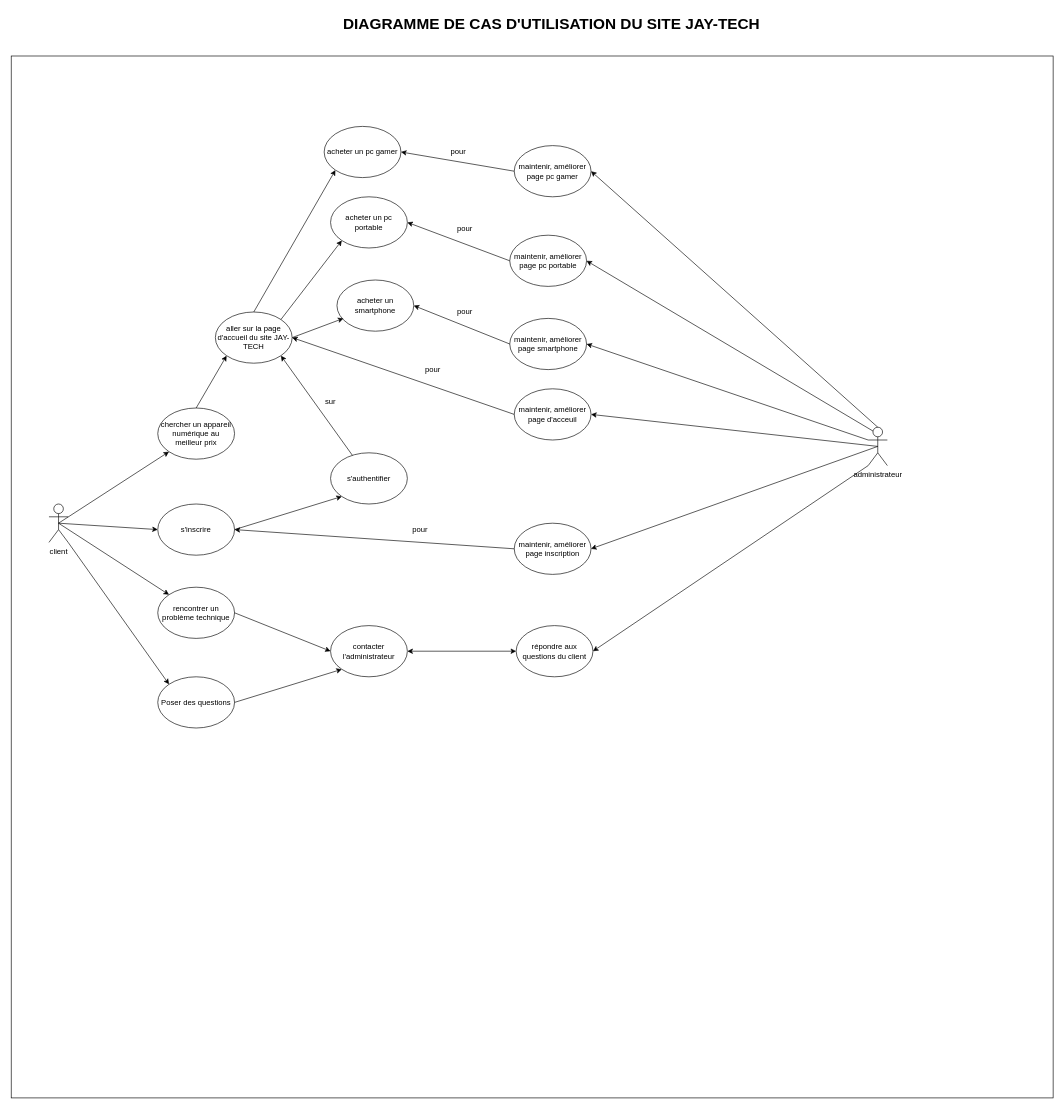
Before: Untitled Diagram.drawio in goroyo59/test, a draw.io diagram. Source tidied: cells renumbered, new cells numbered last; positions are measured from the earlier drawing's top-left corner, leaving out a move shared by most shapes. Both pictures are drawn from the tidied source at 64%, with x=0, y=0 at pixel (11, 11).
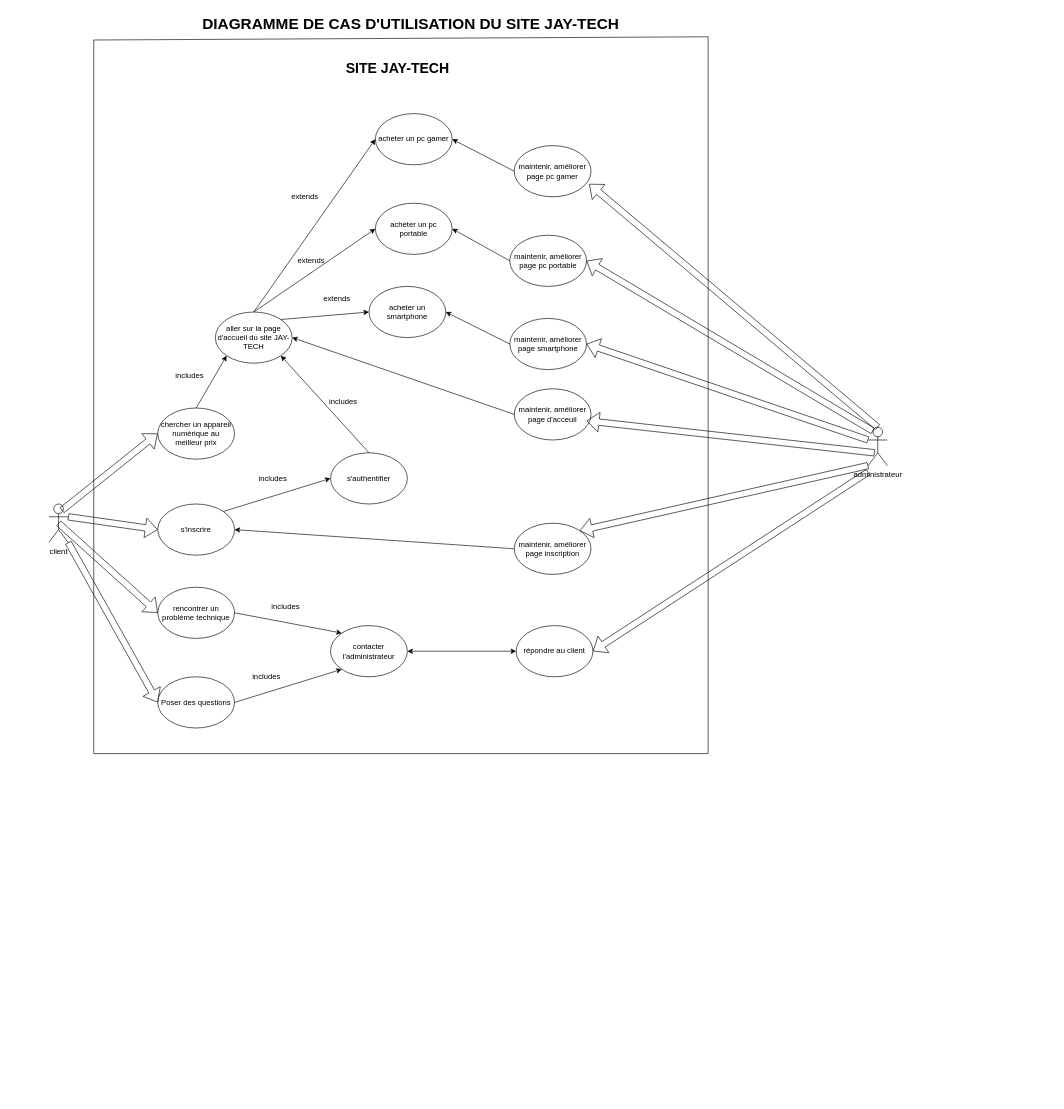
The same page after the edit.

The change refers to these unchanged cells:
```xml
<mxCell id="4" value="client" style="shape=umlActor;verticalLabelPosition=bottom;verticalAlign=top;html=1;outlineConnect=0;" parent="1" vertex="1">
  <mxGeometry x="59" y="770" width="30" height="60" as="geometry" />
</mxCell>
<mxCell id="5" value="aller sur la page d'accueil du site JAY-TECH" style="ellipse;whiteSpace=wrap;html=1;" parent="1" vertex="1">
  <mxGeometry x="319" y="470" width="120" height="80" as="geometry" />
</mxCell>
<mxCell id="6" value="s'inscrire" style="ellipse;whiteSpace=wrap;html=1;" parent="1" vertex="1">
  <mxGeometry x="229" y="770" width="120" height="80" as="geometry" />
</mxCell>
<mxCell id="7" value="rencontrer un problème technique" style="ellipse;whiteSpace=wrap;html=1;" parent="1" vertex="1">
  <mxGeometry x="229" y="900" width="120" height="80" as="geometry" />
</mxCell>
<mxCell id="8" value="Poser des questions" style="ellipse;whiteSpace=wrap;html=1;" parent="1" vertex="1">
  <mxGeometry x="229" y="1040" width="120" height="80" as="geometry" />
</mxCell>
<mxCell id="16" value="s'authentifier" style="ellipse;whiteSpace=wrap;html=1;" parent="1" vertex="1">
  <mxGeometry x="499" y="690" width="120" height="80" as="geometry" />
</mxCell>
<mxCell id="17" value="contacter l'administrateur" style="ellipse;whiteSpace=wrap;html=1;" parent="1" vertex="1">
  <mxGeometry x="499" y="960" width="120" height="80" as="geometry" />
</mxCell>
<mxCell id="24" value="maintenir, améliorer page pc gamer" style="ellipse;whiteSpace=wrap;html=1;" parent="1" vertex="1">
  <mxGeometry x="786" y="210" width="120" height="80" as="geometry" />
</mxCell>
<mxCell id="25" value="maintenir, améliorer page pc portable" style="ellipse;whiteSpace=wrap;html=1;" parent="1" vertex="1">
  <mxGeometry x="779" y="350" width="120" height="80" as="geometry" />
</mxCell>
<mxCell id="26" value="maintenir, améliorer page smartphone" style="ellipse;whiteSpace=wrap;html=1;" parent="1" vertex="1">
  <mxGeometry x="779" y="480" width="120" height="80" as="geometry" />
</mxCell>
<mxCell id="27" value="maintenir, améliorer page d'acceuil" style="ellipse;whiteSpace=wrap;html=1;" parent="1" vertex="1">
  <mxGeometry x="786" y="590" width="120" height="80" as="geometry" />
</mxCell>
<mxCell id="29" value="chercher un appareil numérique au meilleur prix" style="ellipse;whiteSpace=wrap;html=1;" parent="1" vertex="1">
  <mxGeometry x="229" y="620" width="120" height="80" as="geometry" />
</mxCell>
<mxCell id="31" value="maintenir, améliorer page inscription" style="ellipse;whiteSpace=wrap;html=1;" parent="1" vertex="1">
  <mxGeometry x="786" y="800" width="120" height="80" as="geometry" />
</mxCell>
<mxCell id="44" value="administrateur" style="shape=umlActor;verticalLabelPosition=bottom;verticalAlign=top;html=1;outlineConnect=0;" parent="1" vertex="1">
  <mxGeometry x="1339" y="650" width="30" height="60" as="geometry" />
</mxCell>
```

Diff of the diagram source:
```diff
@@
     <mxCell id="2" value="DIAGRAMME DE CAS D'UTILISATION DU SITE JAY-TECH" style="text;strokeColor=none;fillColor=none;html=1;fontSize=24;fontStyle=1;verticalAlign=middle;align=center;" parent="1" vertex="1">
-      <mxGeometry x="89" width="1510" height="40" as="geometry" />
+      <mxGeometry x="89" width="1070" height="40" as="geometry" />
     </mxCell>
-    <mxCell id="3" style="whiteSpace=wrap;html=1;" parent="1" vertex="1">
-      <mxGeometry y="70" width="1628" height="1628" as="geometry" />
-    </mxCell>
@@
-    <mxCell id="9" style="endArrow=classic;html=1;entryX=0;entryY=1;entryDx=0;entryDy=0;exitX=0.5;exitY=0.5;exitDx=0;exitDy=0;exitPerimeter=0;" parent="1" edge="1" source="4" target="29">
-      <mxGeometry relative="1" as="geometry" />
-    </mxCell>
-    <mxCell id="10" style="endArrow=classic;html=1;entryX=0;entryY=0.5;entryDx=0;entryDy=0;exitX=0.5;exitY=0.5;exitDx=0;exitDy=0;exitPerimeter=0;" parent="1" edge="1" source="4" target="6">
-      <mxGeometry relative="1" as="geometry" />
-    </mxCell>
-    <mxCell id="11" style="endArrow=classic;html=1;entryX=0;entryY=0;entryDx=0;entryDy=0;exitX=0.5;exitY=0.5;exitDx=0;exitDy=0;exitPerimeter=0;" parent="1" edge="1" source="4" target="7">
-      <mxGeometry relative="1" as="geometry" />
-    </mxCell>
-    <mxCell id="12" style="endArrow=classic;html=1;exitX=1;exitY=1;exitDx=0;exitDy=0;exitPerimeter=0;entryX=0;entryY=0;entryDx=0;entryDy=0;" parent="1" edge="1" source="4" target="8">
-      <mxGeometry relative="1" as="geometry" />
-    </mxCell>
     <mxCell id="13" value="acheter un pc gamer" style="ellipse;whiteSpace=wrap;html=1;" parent="1" vertex="1">
-      <mxGeometry x="489" y="180" width="120" height="80" as="geometry" />
+      <mxGeometry x="569" y="160" width="120" height="80" as="geometry" />
     </mxCell>
     <mxCell id="14" value="acheter un pc portable" style="ellipse;whiteSpace=wrap;html=1;" parent="1" vertex="1">
-      <mxGeometry x="499" y="290" width="120" height="80" as="geometry" />
+      <mxGeometry x="569" y="300" width="120" height="80" as="geometry" />
     </mxCell>
     <mxCell id="15" value="acheter un smartphone" style="ellipse;whiteSpace=wrap;html=1;" parent="1" vertex="1">
-      <mxGeometry x="509" y="420" width="120" height="80" as="geometry" />
+      <mxGeometry x="559" y="430" width="120" height="80" as="geometry" />
     </mxCell>
@@
-    <mxCell id="18" style="endArrow=classic;html=1;entryX=0;entryY=1;entryDx=0;entryDy=0;exitX=1;exitY=0;exitDx=0;exitDy=0;" parent="1" edge="1" source="5" target="14">
-      <mxGeometry relative="1" as="geometry" />
-    </mxCell>
-    <mxCell id="19" style="endArrow=classic;html=1;exitX=1;exitY=0.5;exitDx=0;exitDy=0;" parent="1" edge="1" source="5">
-      <mxGeometry relative="1" as="geometry">
-        <mxPoint x="519" y="480" as="targetPoint" />
-      </mxGeometry>
-    </mxCell>
-    <mxCell id="20" style="endArrow=classic;html=1;entryX=0;entryY=1;entryDx=0;entryDy=0;exitX=1;exitY=0.5;exitDx=0;exitDy=0;" parent="1" edge="1" source="6" target="16">
-      <mxGeometry relative="1" as="geometry" />
-    </mxCell>
-    <mxCell id="21" style="endArrow=classic;html=1;entryX=0;entryY=1;entryDx=0;entryDy=0;exitX=0.5;exitY=0;exitDx=0;exitDy=0;" parent="1" edge="1" source="5" target="13">
-      <mxGeometry relative="1" as="geometry" />
-    </mxCell>
-    <mxCell id="22" style="endArrow=classic;html=1;exitX=1;exitY=0.5;exitDx=0;exitDy=0;entryX=0;entryY=0.5;entryDx=0;entryDy=0;" parent="1" edge="1" source="7" target="17">
-      <mxGeometry relative="1" as="geometry" />
-    </mxCell>
-    <mxCell id="23" style="endArrow=classic;html=1;exitX=1;exitY=0.5;exitDx=0;exitDy=0;entryX=0;entryY=1;entryDx=0;entryDy=0;" parent="1" edge="1" source="8" target="17">
-      <mxGeometry relative="1" as="geometry" />
-    </mxCell>
@@
-    <mxCell id="28" style="endArrow=classic;html=1;entryX=1;entryY=1;entryDx=0;entryDy=0;" parent="1" edge="1" source="16" target="5">
-      <mxGeometry relative="1" as="geometry" />
-    </mxCell>
@@
-    <mxCell id="30" style="endArrow=classic;html=1;entryX=0;entryY=1;entryDx=0;entryDy=0;exitX=0.5;exitY=0;exitDx=0;exitDy=0;" parent="1" edge="1" source="29" target="5">
-      <mxGeometry relative="1" as="geometry" />
-    </mxCell>
@@
-    <mxCell id="32" value="répondre aux questions du client" style="ellipse;whiteSpace=wrap;html=1;" parent="1" vertex="1">
+    <mxCell id="32" value="répondre au client" style="ellipse;whiteSpace=wrap;html=1;" parent="1" vertex="1">
       <mxGeometry x="789" y="960" width="120" height="80" as="geometry" />
     </mxCell>
@@
-    <mxCell id="38" value="pour" style="text;html=1;strokeColor=none;fillColor=none;align=center;verticalAlign=middle;whiteSpace=wrap;rounded=0;" parent="1" vertex="1">
-      <mxGeometry x="679" y="210" width="40" height="20" as="geometry" />
-    </mxCell>
-    <mxCell id="39" value="pour" style="text;html=1;strokeColor=none;fillColor=none;align=center;verticalAlign=middle;whiteSpace=wrap;rounded=0;" parent="1" vertex="1">
-      <mxGeometry x="689" y="330" width="40" height="20" as="geometry" />
-    </mxCell>
-    <mxCell id="40" value="pour" style="text;html=1;strokeColor=none;fillColor=none;align=center;verticalAlign=middle;whiteSpace=wrap;rounded=0;" parent="1" vertex="1">
-      <mxGeometry x="639" y="550" width="40" height="20" as="geometry" />
-    </mxCell>
-    <mxCell id="41" value="pour" style="text;html=1;strokeColor=none;fillColor=none;align=center;verticalAlign=middle;whiteSpace=wrap;rounded=0;" parent="1" vertex="1">
-      <mxGeometry x="689" y="460" width="40" height="20" as="geometry" />
-    </mxCell>
-    <mxCell id="42" value="pour" style="text;html=1;strokeColor=none;fillColor=none;align=center;verticalAlign=middle;whiteSpace=wrap;rounded=0;" parent="1" vertex="1">
-      <mxGeometry x="619" y="800" width="40" height="20" as="geometry" />
-    </mxCell>
-    <mxCell id="43" value="sur" style="text;html=1;strokeColor=none;fillColor=none;align=center;verticalAlign=middle;whiteSpace=wrap;rounded=0;" parent="1" vertex="1">
-      <mxGeometry x="479" y="600" width="40" height="20" as="geometry" />
-    </mxCell>
@@
-    <mxCell id="45" style="endArrow=classic;html=1;exitX=0.5;exitY=0;exitDx=0;exitDy=0;exitPerimeter=0;entryX=1;entryY=0.5;entryDx=0;entryDy=0;" parent="1" edge="1" source="44" target="24">
-      <mxGeometry relative="1" as="geometry" />
-    </mxCell>
+    <mxCell id="52" style="shape=flexArrow;endArrow=classic;html=1;exitX=0.5;exitY=0;exitDx=0;exitDy=0;exitPerimeter=0;" parent="1" edge="1" source="44">
+      <mxGeometry relative="1" as="geometry">
+        <mxPoint x="903" y="270" as="targetPoint" />
+      </mxGeometry>
+    </mxCell>
-    <mxCell id="46" style="endArrow=classic;html=1;exitX=0.25;exitY=0.1;exitDx=0;exitDy=0;exitPerimeter=0;entryX=1;entryY=0.5;entryDx=0;entryDy=0;" parent="1" edge="1" source="44" target="25">
+    <mxCell id="46" style="shape=flexArrow;endArrow=classic;html=1;exitX=0.25;exitY=0.1;exitDx=0;exitDy=0;exitPerimeter=0;entryX=1;entryY=0.5;entryDx=0;entryDy=0;" parent="1" edge="1" source="44" target="25">
       <mxGeometry relative="1" as="geometry" />
     </mxCell>
-    <mxCell id="47" style="endArrow=classic;html=1;exitX=0;exitY=0.3333333333333333;exitDx=0;exitDy=0;exitPerimeter=0;entryX=1;entryY=0.5;entryDx=0;entryDy=0;" parent="1" edge="1" source="44" target="26">
+    <mxCell id="47" style="shape=flexArrow;endArrow=classic;html=1;exitX=0;exitY=0.3333333333333333;exitDx=0;exitDy=0;exitPerimeter=0;entryX=1;entryY=0.5;entryDx=0;entryDy=0;" parent="1" edge="1" source="44" target="26">
       <mxGeometry relative="1" as="geometry" />
     </mxCell>
-    <mxCell id="48" style="endArrow=classic;html=1;exitX=0.5;exitY=0.5;exitDx=0;exitDy=0;exitPerimeter=0;entryX=1;entryY=0.5;entryDx=0;entryDy=0;" parent="1" edge="1" source="44" target="27">
-      <mxGeometry relative="1" as="geometry" />
-    </mxCell>
+    <mxCell id="53" style="shape=flexArrow;endArrow=classic;html=1;" parent="1" edge="1">
+      <mxGeometry relative="1" as="geometry">
+        <mxPoint x="1349" y="690" as="sourcePoint" />
+        <mxPoint x="899" y="640" as="targetPoint" />
+      </mxGeometry>
+    </mxCell>
-    <mxCell id="49" style="endArrow=classic;html=1;exitX=0.5;exitY=0.5;exitDx=0;exitDy=0;exitPerimeter=0;entryX=1;entryY=0.5;entryDx=0;entryDy=0;" parent="1" edge="1" source="44" target="31">
+    <mxCell id="49" style="shape=flexArrow;endArrow=classic;html=1;entryX=1;entryY=0;entryDx=0;entryDy=0;exitX=0;exitY=1;exitDx=0;exitDy=0;exitPerimeter=0;" parent="1" edge="1" source="44" target="31">
       <mxGeometry relative="1" as="geometry" />
     </mxCell>
-    <mxCell id="50" style="endArrow=classic;html=1;exitX=0;exitY=1;exitDx=0;exitDy=0;exitPerimeter=0;entryX=1;entryY=0.5;entryDx=0;entryDy=0;" parent="1" edge="1" source="44" target="32">
-      <mxGeometry relative="1" as="geometry" />
-    </mxCell>
+    <mxCell id="54" style="shape=flexArrow;endArrow=classic;html=1;entryX=1;entryY=0.5;entryDx=0;entryDy=0;" parent="1" edge="1" target="32">
+      <mxGeometry relative="1" as="geometry">
+        <mxPoint x="1339" y="720" as="sourcePoint" />
+      </mxGeometry>
+    </mxCell>
+    <mxCell id="55" style="shape=flexArrow;endArrow=classic;html=1;entryX=0;entryY=0.5;entryDx=0;entryDy=0;" parent="1" edge="1" target="29">
+      <mxGeometry relative="1" as="geometry">
+        <mxPoint x="79" y="780" as="sourcePoint" />
+      </mxGeometry>
+    </mxCell>
+    <mxCell id="10" style="shape=flexArrow;endArrow=classic;html=1;entryX=0;entryY=0.5;entryDx=0;entryDy=0;exitX=1;exitY=0.3333333333333333;exitDx=0;exitDy=0;exitPerimeter=0;" parent="1" edge="1" source="4" target="6">
+      <mxGeometry relative="1" as="geometry" />
+    </mxCell>
+    <mxCell id="56" style="shape=flexArrow;endArrow=classic;html=1;exitX=0.5;exitY=0.5;exitDx=0;exitDy=0;exitPerimeter=0;" parent="1" edge="1" source="4">
+      <mxGeometry relative="1" as="geometry">
+        <mxPoint x="229" y="940" as="targetPoint" />
+      </mxGeometry>
+    </mxCell>
+    <mxCell id="12" style="shape=flexArrow;endArrow=classic;html=1;entryX=0;entryY=0.5;entryDx=0;entryDy=0;exitX=1;exitY=1;exitDx=0;exitDy=0;exitPerimeter=0;" parent="1" edge="1" source="4" target="8">
+      <mxGeometry relative="1" as="geometry" />
+    </mxCell>
+    <mxCell id="28" style="endArrow=classic;html=1;entryX=1;entryY=1;entryDx=0;entryDy=0;exitX=0.5;exitY=0;exitDx=0;exitDy=0;" parent="1" edge="1" source="16" target="5">
+      <mxGeometry relative="1" as="geometry" />
+    </mxCell>
+    <mxCell id="20" style="endArrow=classic;html=1;exitX=1;exitY=0;exitDx=0;exitDy=0;entryX=0;entryY=0.5;entryDx=0;entryDy=0;" parent="1" edge="1" source="6" target="16">
+      <mxGeometry relative="1" as="geometry" />
+    </mxCell>
+    <mxCell id="57" value="includes" style="text;html=1;strokeColor=none;fillColor=none;align=center;verticalAlign=middle;whiteSpace=wrap;rounded=0;" parent="1" vertex="1">
+      <mxGeometry x="499" y="600" width="40" height="20" as="geometry" />
+    </mxCell>
+    <mxCell id="58" value="includes" style="text;html=1;strokeColor=none;fillColor=none;align=center;verticalAlign=middle;whiteSpace=wrap;rounded=0;" parent="1" vertex="1">
+      <mxGeometry x="389" y="720" width="40" height="20" as="geometry" />
+    </mxCell>
+    <mxCell id="22" style="endArrow=classic;html=1;exitX=1;exitY=0.5;exitDx=0;exitDy=0;entryX=0;entryY=0;entryDx=0;entryDy=0;" parent="1" edge="1" source="7" target="17">
+      <mxGeometry relative="1" as="geometry" />
+    </mxCell>
+    <mxCell id="23" style="endArrow=classic;html=1;exitX=1;exitY=0.5;exitDx=0;exitDy=0;entryX=0;entryY=1;entryDx=0;entryDy=0;" parent="1" edge="1" source="8" target="17">
+      <mxGeometry relative="1" as="geometry" />
+    </mxCell>
+    <mxCell id="59" value="includes" style="text;html=1;strokeColor=none;fillColor=none;align=center;verticalAlign=middle;whiteSpace=wrap;rounded=0;" parent="1" vertex="1">
+      <mxGeometry x="409" y="920" width="40" height="20" as="geometry" />
+    </mxCell>
+    <mxCell id="60" value="includes" style="text;html=1;strokeColor=none;fillColor=none;align=center;verticalAlign=middle;whiteSpace=wrap;rounded=0;" parent="1" vertex="1">
+      <mxGeometry x="379" y="1030" width="40" height="20" as="geometry" />
+    </mxCell>
@@
+    <mxCell id="30" style="endArrow=classic;html=1;entryX=0;entryY=1;entryDx=0;entryDy=0;exitX=0.5;exitY=0;exitDx=0;exitDy=0;" parent="1" edge="1" source="29" target="5">
+      <mxGeometry relative="1" as="geometry" />
+    </mxCell>
+    <mxCell id="61" style="endArrow=classic;html=1;entryX=0;entryY=0.5;entryDx=0;entryDy=0;exitX=1;exitY=0;exitDx=0;exitDy=0;" parent="1" edge="1" source="5" target="15">
+      <mxGeometry relative="1" as="geometry" />
+    </mxCell>
+    <mxCell id="21" style="endArrow=classic;html=1;entryX=0;entryY=0.5;entryDx=0;entryDy=0;exitX=0.5;exitY=0;exitDx=0;exitDy=0;" parent="1" edge="1" source="5" target="13">
+      <mxGeometry relative="1" as="geometry" />
+    </mxCell>
+    <mxCell id="62" value="includes" style="text;html=1;strokeColor=none;fillColor=none;align=center;verticalAlign=middle;whiteSpace=wrap;rounded=0;" parent="1" vertex="1">
+      <mxGeometry x="259" y="560" width="40" height="20" as="geometry" />
+    </mxCell>
+    <mxCell id="18" style="endArrow=classic;html=1;entryX=0;entryY=0.5;entryDx=0;entryDy=0;exitX=0.5;exitY=0;exitDx=0;exitDy=0;" parent="1" edge="1" source="5" target="14">
+      <mxGeometry relative="1" as="geometry" />
+    </mxCell>
+    <mxCell id="63" value="extends" style="text;html=1;strokeColor=none;fillColor=none;align=center;verticalAlign=middle;whiteSpace=wrap;rounded=0;" parent="1" vertex="1">
+      <mxGeometry x="439" y="280" width="40" height="20" as="geometry" />
+    </mxCell>
+    <mxCell id="64" value="extends" style="text;html=1;strokeColor=none;fillColor=none;align=center;verticalAlign=middle;whiteSpace=wrap;rounded=0;" parent="1" vertex="1">
+      <mxGeometry x="449" y="380" width="40" height="20" as="geometry" />
+    </mxCell>
+    <mxCell id="65" value="extends" style="text;html=1;strokeColor=none;fillColor=none;align=center;verticalAlign=middle;whiteSpace=wrap;rounded=0;" parent="1" vertex="1">
+      <mxGeometry x="489" y="440" width="40" height="20" as="geometry" />
+    </mxCell>
+    <mxCell id="66" style="endArrow=none;html=1;" parent="1" edge="1">
+      <mxGeometry relative="1" as="geometry">
+        <mxPoint x="129" y="45" as="sourcePoint" />
+        <mxPoint x="1089" y="40" as="targetPoint" />
+      </mxGeometry>
+    </mxCell>
+    <mxCell id="67" style="endArrow=none;html=1;" parent="1" edge="1">
+      <mxGeometry relative="1" as="geometry">
+        <mxPoint x="129" y="1160" as="sourcePoint" />
+        <mxPoint x="129" y="45" as="targetPoint" />
+      </mxGeometry>
+    </mxCell>
+    <mxCell id="68" style="endArrow=none;html=1;" parent="1" edge="1">
+      <mxGeometry relative="1" as="geometry">
+        <mxPoint x="129" y="1160" as="sourcePoint" />
+        <mxPoint x="1089" y="1160" as="targetPoint" />
+      </mxGeometry>
+    </mxCell>
+    <mxCell id="69" style="endArrow=none;html=1;" parent="1" edge="1">
+      <mxGeometry relative="1" as="geometry">
+        <mxPoint x="1089" y="1160" as="sourcePoint" />
+        <mxPoint x="1089" y="40" as="targetPoint" />
+      </mxGeometry>
+    </mxCell>
+    <mxCell id="70" value="SITE JAY-TECH" style="text;html=1;strokeColor=none;fillColor=none;align=center;verticalAlign=middle;whiteSpace=wrap;rounded=0;fontSize=22;fontStyle=1;" parent="1" vertex="1">
+      <mxGeometry x="209" y="80" width="790" height="20" as="geometry" />
+    </mxCell>
```
